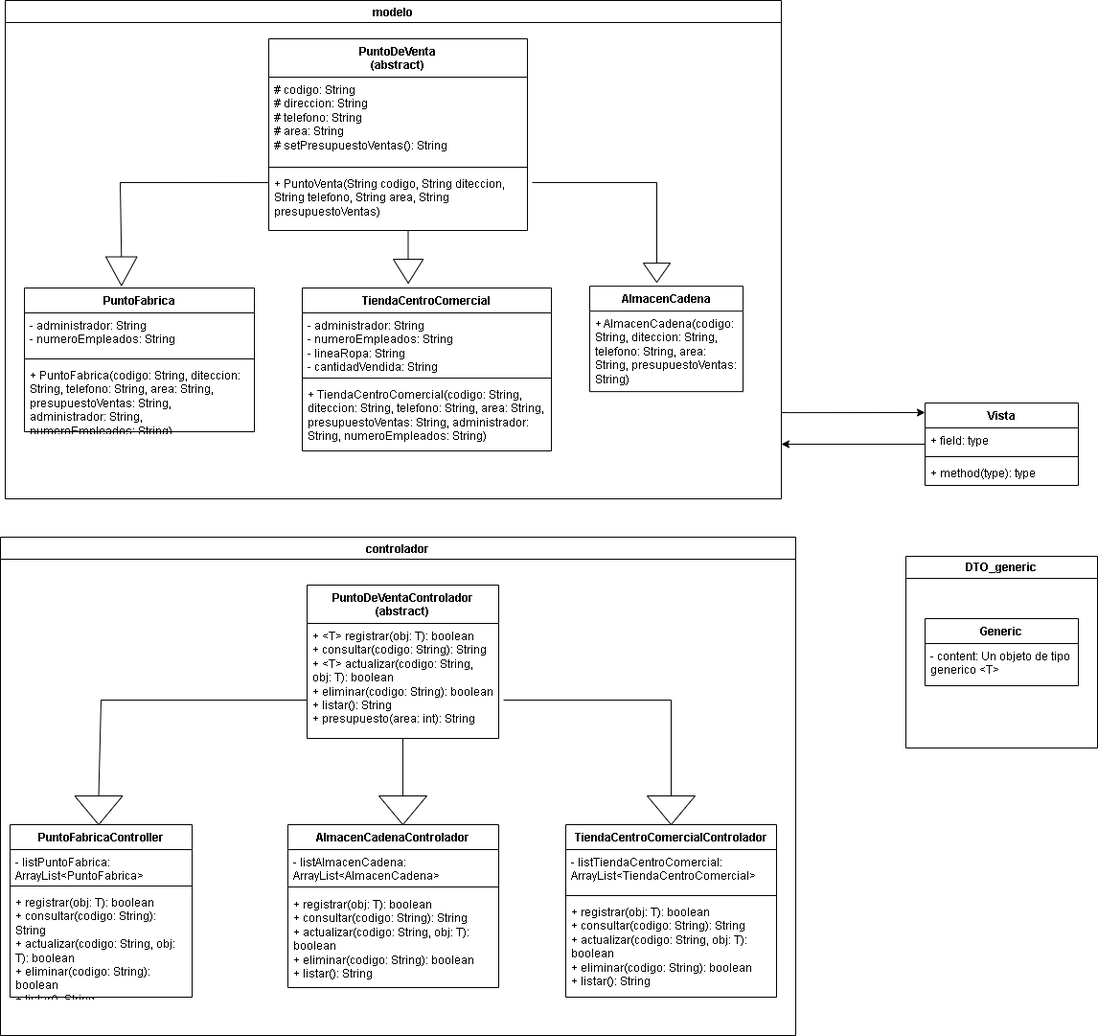
Above: TallerFinalPunto3.drawio.png in AngelDavidGutierrez/TallerFinalPunto3 (draw.io), before the change. Source tidied: cells renumbered, new cells last; positions are measured from the earlier drawing's top-left corner, leaving out a move shared by most shapes.
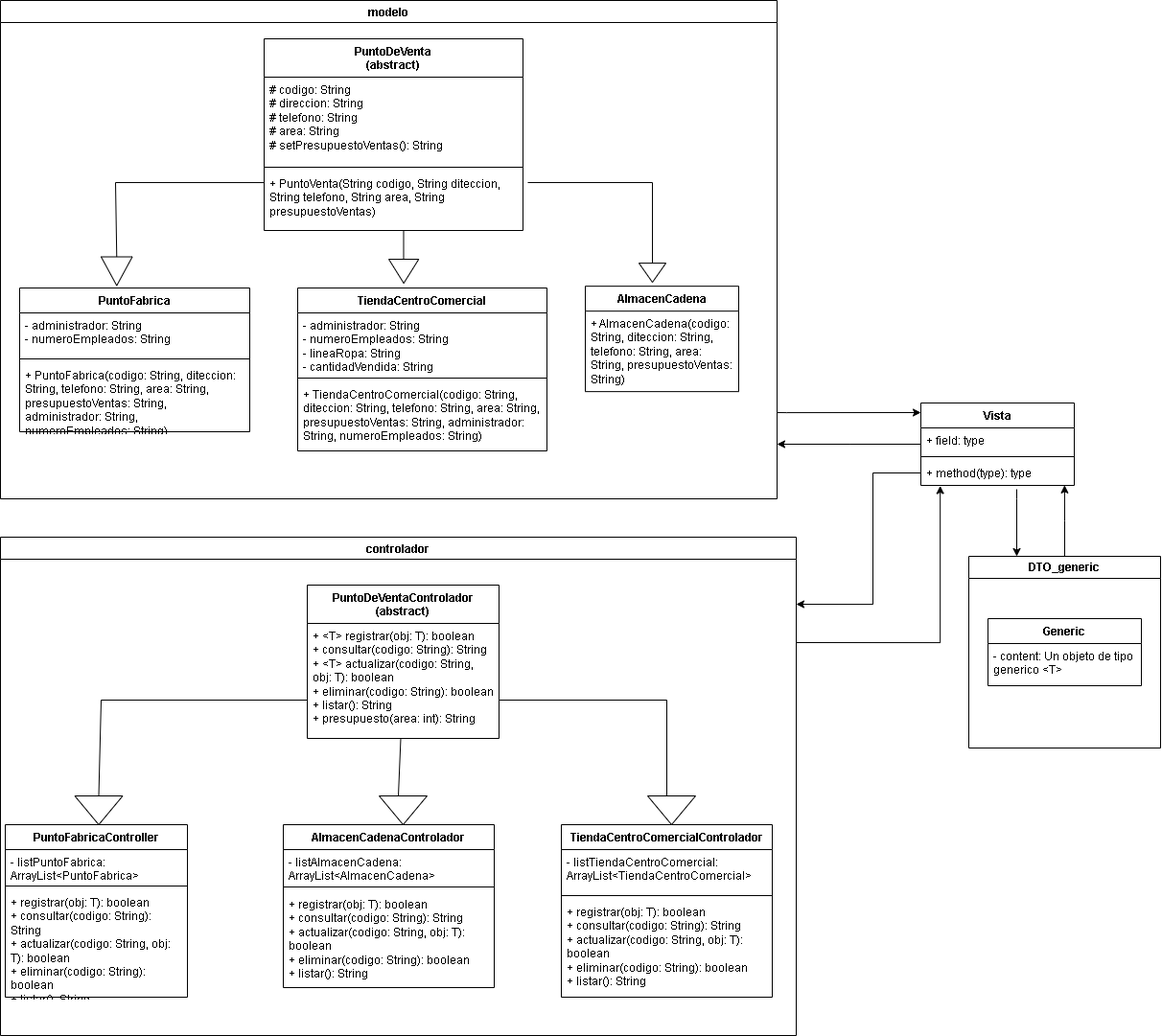
The same diagram one commit later.

The edit, as a diff of the source:
```diff
@@ -98,8 +98,16 @@
     <mxCell id="32" style="triangle;whiteSpace=wrap;html=1;rotation=90;" parent="26" vertex="1">
       <mxGeometry x="106.3" y="266.3" width="30" height="32.5" as="geometry" />
     </mxCell>
+    <mxCell id="53" style="edgeStyle=orthogonalEdgeStyle;rounded=0;jettySize=auto;html=1;entryX=0.126;entryY=1.019;entryDx=0;entryDy=0;entryPerimeter=0;" parent="1" edge="1" target="51">
+      <mxGeometry relative="1" as="geometry">
+        <mxPoint x="835" y="670" as="sourcePoint" />
+        <Array as="points">
+          <mxPoint x="985" y="670" />
+        </Array>
+      </mxGeometry>
+    </mxCell>
     <mxCell id="33" value="controlador" style="swimlane;" parent="1" vertex="1">
-      <mxGeometry y="560" width="830" height="520" as="geometry" />
+      <mxGeometry x="5" y="560" width="830" height="520" as="geometry" />
     </mxCell>
     <mxCell id="34" style="endArrow=none;html=1;rounded=0;exitX=0;exitY=0.5;exitDx=0;exitDy=0;" parent="33" edge="1" source="35">
       <mxGeometry relative="1" as="geometry">
@@ -154,13 +162,16 @@
       </mxGeometry>
     </mxCell>
     <mxCell id="44" value="Generic" style="swimlane;fontStyle=1;align=center;verticalAlign=top;horizontal=1;startSize=26;whiteSpace=wrap;html=1;" parent="1" vertex="1">
-      <mxGeometry x="965" y="645" width="160" height="70" as="geometry" />
+      <mxGeometry x="1035" y="645" width="160" height="70" as="geometry" />
     </mxCell>
     <mxCell id="45" value="- content: Un objeto de tipo generico &amp;lt;T&amp;gt;" style="text;strokeColor=none;fillColor=none;align=left;verticalAlign=top;spacingLeft=4;spacingRight=4;overflow=hidden;whiteSpace=wrap;html=1;" parent="44" vertex="1">
       <mxGeometry y="26" width="160" height="44" as="geometry" />
     </mxCell>
+    <mxCell id="54" style="edgeStyle=orthogonalEdgeStyle;rounded=0;jettySize=auto;html=1;entryX=0.937;entryY=0.993;entryDx=0;entryDy=0;entryPerimeter=0;" parent="1" edge="1" source="46" target="51">
+      <mxGeometry relative="1" as="geometry" />
+    </mxCell>
     <mxCell id="46" value="DTO_generic" style="swimlane;whiteSpace=wrap;html=1;" parent="1" vertex="1">
-      <mxGeometry x="945" y="580" width="200" height="200" as="geometry" />
+      <mxGeometry x="1015" y="580" width="200" height="200" as="geometry" />
     </mxCell>
     <mxCell id="47" style="edgeStyle=orthogonalEdgeStyle;rounded=0;jettySize=auto;html=1;" parent="1" edge="1" source="48">
       <mxGeometry relative="1" as="geometry">
@@ -188,5 +199,22 @@
         </Array>
       </mxGeometry>
     </mxCell>
+    <mxCell id="55" style="edgeStyle=orthogonalEdgeStyle;rounded=0;jettySize=auto;html=1;entryX=0.25;entryY=0;entryDx=0;entryDy=0;exitX=0.625;exitY=1.154;exitDx=0;exitDy=0;exitPerimeter=0;" parent="1" edge="1" source="51" target="46">
+      <mxGeometry relative="1" as="geometry">
+        <Array as="points">
+          <mxPoint x="1065" y="520" />
+          <mxPoint x="1065" y="520" />
+        </Array>
+      </mxGeometry>
+    </mxCell>
+    <mxCell id="56" style="edgeStyle=orthogonalEdgeStyle;rounded=0;jettySize=auto;html=1;" parent="1" edge="1" source="51">
+      <mxGeometry relative="1" as="geometry">
+        <mxPoint x="835" y="630" as="targetPoint" />
+        <Array as="points">
+          <mxPoint x="915" y="493" />
+          <mxPoint x="915" y="630" />
+        </Array>
+      </mxGeometry>
+    </mxCell>
   </root>
 </mxGraphModel>
```
